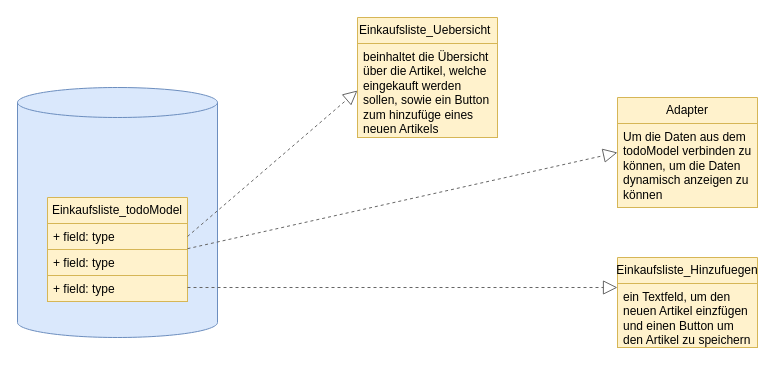
Before: Einkaufsliste.drawio in franzi17/Systemanalyse, a draw.io diagram. Source tidied: cells renumbered, new cells numbered last; positions are measured from the earlier drawing's top-left corner, leaving out a move shared by most shapes. Both pictures are drawn from the tidied source at 100%, with x=0, y=0 at pixel (17, 17).
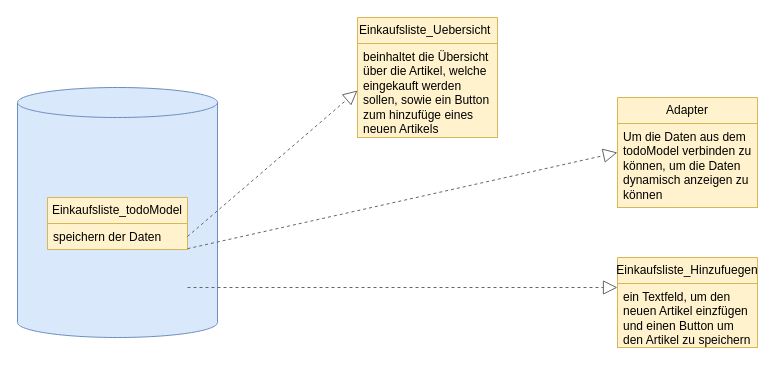
Above is the later version.

Change to the diagram source:
```diff
@@
 <mxGraphModel>
   <root>
     <mxCell id="0" />
     <mxCell id="1" parent="0" />
     <mxCell id="2" style="shape=cylinder3;whiteSpace=wrap;html=1;boundedLbl=1;backgroundOutline=1;size=15;fillColor=#dae8fc;strokeColor=#6c8ebf;" parent="1" vertex="1">
       <mxGeometry y="70" width="200" height="250" as="geometry" />
     </mxCell>
     <mxCell id="3" value="Einkaufsliste_Uebersicht" style="swimlane;fontStyle=0;horizontal=1;startSize=26;fillColor=#fff2cc;whiteSpace=wrap;html=1;align=left;strokeColor=#d6b656;" parent="1" vertex="1">
       <mxGeometry x="340" width="140" height="120" as="geometry" />
     </mxCell>
     <mxCell id="4" value="&lt;span style=&quot;background-color: initial;&quot;&gt;beinhaltet die Übersicht über die Artikel, welche eingekauft werden sollen, sowie ein Button zum hinzufüge eines neuen Artikels&lt;/span&gt;" style="text;strokeColor=#d6b656;fillColor=#fff2cc;align=left;verticalAlign=top;spacingLeft=4;spacingRight=4;overflow=hidden;points=[[0,0.5],[1,0.5]];portConstraint=eastwest;whiteSpace=wrap;html=1;horizontal=1;" parent="3" vertex="1">
       <mxGeometry y="26" width="140" height="94" as="geometry" />
     </mxCell>
     <mxCell id="5" value="Einkaufsliste_Hinzufuegen" style="swimlane;fontStyle=0;horizontal=1;startSize=26;fillColor=#fff2cc;whiteSpace=wrap;html=1;strokeColor=#d6b656;" parent="1" vertex="1">
       <mxGeometry x="600" y="240" width="140" height="90" as="geometry" />
     </mxCell>
     <mxCell id="6" value="ein Textfeld, um den neuen Artikel einzfügen und einen Button um den Artikel zu speichern" style="text;strokeColor=#d6b656;fillColor=#fff2cc;align=left;verticalAlign=top;spacingLeft=4;spacingRight=4;overflow=hidden;whiteSpace=wrap;html=1;" parent="5" vertex="1">
       <mxGeometry y="26" width="140" height="64" as="geometry" />
     </mxCell>
     <mxCell id="7" value="Einkaufsliste_todoModel" style="swimlane;fontStyle=0;horizontal=1;startSize=26;fillColor=#fff2cc;whiteSpace=wrap;html=1;strokeColor=#d6b656;" parent="1" vertex="1">
-      <mxGeometry x="30" y="180" width="140" height="104" as="geometry" />
+      <mxGeometry x="30" y="180" width="140" height="52" as="geometry" />
     </mxCell>
-    <mxCell id="8" value="+ field: type" style="text;strokeColor=#d6b656;fillColor=#fff2cc;align=left;verticalAlign=top;spacingLeft=4;spacingRight=4;overflow=hidden;points=[[0,0.5],[1,0.5]];portConstraint=eastwest;whiteSpace=wrap;html=1;" parent="7" vertex="1">
+    <mxCell id="8" value="speichern der Daten&amp;nbsp;" style="text;strokeColor=#d6b656;fillColor=#fff2cc;align=left;verticalAlign=top;spacingLeft=4;spacingRight=4;overflow=hidden;points=[[0,0.5],[1,0.5]];portConstraint=eastwest;whiteSpace=wrap;html=1;" parent="7" vertex="1">
       <mxGeometry y="26" width="140" height="26" as="geometry" />
     </mxCell>
-    <mxCell id="9" value="+ field: type" style="text;strokeColor=#d6b656;fillColor=#fff2cc;align=left;verticalAlign=top;spacingLeft=4;spacingRight=4;overflow=hidden;whiteSpace=wrap;html=1;" parent="7" vertex="1">
-      <mxGeometry y="52" width="140" height="26" as="geometry" />
-    </mxCell>
-    <mxCell id="10" value="+ field: type" style="text;strokeColor=#d6b656;fillColor=#fff2cc;align=left;verticalAlign=top;spacingLeft=4;spacingRight=4;overflow=hidden;whiteSpace=wrap;html=1;" parent="7" vertex="1">
-      <mxGeometry y="78" width="140" height="26" as="geometry" />
-    </mxCell>
     <mxCell id="11" value="Adapter" style="swimlane;fontStyle=0;horizontal=1;startSize=26;fillColor=#fff2cc;whiteSpace=wrap;html=1;strokeColor=#d6b656;" parent="1" vertex="1">
       <mxGeometry x="600" y="80" width="140" height="110" as="geometry" />
     </mxCell>
     <mxCell id="12" value="Um die Daten aus dem todoModel verbinden zu können, um die Daten dynamisch anzeigen zu können" style="text;strokeColor=#d6b656;fillColor=#fff2cc;align=left;verticalAlign=top;spacingLeft=4;spacingRight=4;overflow=hidden;whiteSpace=wrap;html=1;" parent="11" vertex="1">
       <mxGeometry y="26" width="140" height="84" as="geometry" />
     </mxCell>
     <mxCell id="13" style="endArrow=block;dashed=1;endFill=0;endSize=12;html=1;rounded=0;entryX=0;entryY=0;entryDx=0;entryDy=0;fillColor=#f5f5f5;strokeColor=#666666;" parent="1" edge="1">
       <mxGeometry relative="1" as="geometry">
         <mxPoint x="170" y="270" as="sourcePoint" />
         <mxPoint x="600" y="270" as="targetPoint" />
         <Array as="points">
           <mxPoint x="390" y="270" />
         </Array>
       </mxGeometry>
     </mxCell>
     <mxCell id="14" style="endArrow=block;dashed=1;endFill=0;endSize=12;html=1;rounded=0;entryX=0;entryY=0.5;entryDx=0;entryDy=0;fillColor=#f5f5f5;strokeColor=#666666;" parent="1" edge="1" target="11">
       <mxGeometry relative="1" as="geometry">
         <mxPoint x="170" y="231.2" as="sourcePoint" />
       </mxGeometry>
     </mxCell>
     <mxCell id="15" style="endArrow=block;dashed=1;endFill=0;endSize=12;html=1;rounded=0;entryX=0;entryY=0.5;entryDx=0;entryDy=0;exitX=1;exitY=0.5;exitDx=0;exitDy=0;fillColor=#f5f5f5;strokeColor=#666666;" parent="1" edge="1" source="8" target="4">
       <mxGeometry relative="1" as="geometry" />
     </mxCell>
   </root>
 </mxGraphModel>
```
